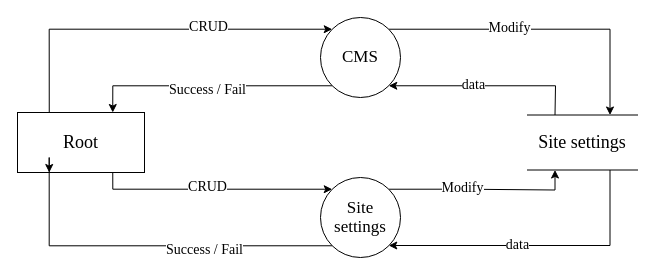
Suzuki0916/Real_Estate_Site keeps this draw.io diagram as Documentation/diags/Diagrams/root_sitesettings_0.drawio. Above is the earlier version. Source tidied: cells renumbered, new cells numbered last; positions are measured from the earlier drawing's top-left corner, leaving out a move shared by most shapes. Both pictures are drawn from the tidied source at 100%, with x=0, y=0 at pixel (17, 17).
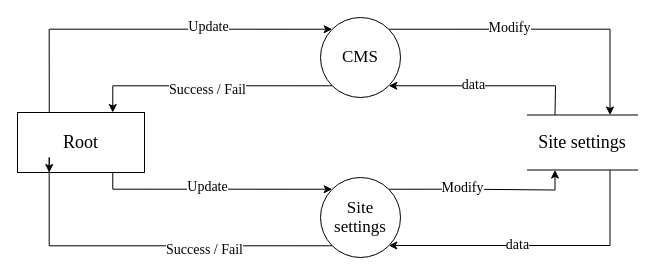
The same page after the edit.

Unchanged cells that the change refers to:
```xml
<mxCell id="5" style="rounded=0;jettySize=auto;html=1;fontSize=17;startArrow=none;startFill=0;endArrow=classic;endFill=1;exitX=0.75;exitY=1;exitDx=0;exitDy=0;edgeStyle=orthogonalEdgeStyle;entryX=0;entryY=0;entryDx=0;entryDy=0;fontFamily=Times New Roman;" parent="1" edge="1" source="4" target="11">
  <mxGeometry relative="1" as="geometry">
    <Array as="points">
      <mxPoint x="95" y="172" />
    </Array>
  </mxGeometry>
</mxCell>
<mxCell id="14" style="rounded=0;jettySize=auto;html=1;entryX=0;entryY=0;entryDx=0;entryDy=0;fontSize=17;startArrow=none;startFill=0;endArrow=classic;endFill=1;exitX=0.25;exitY=0;exitDx=0;exitDy=0;edgeStyle=orthogonalEdgeStyle;fontFamily=Times New Roman;" parent="1" edge="1" source="4" target="20">
  <mxGeometry relative="1" as="geometry">
    <Array as="points">
      <mxPoint x="32" y="12" />
    </Array>
  </mxGeometry>
</mxCell>
```

Diff of the diagram source:
```diff
@@
-    <mxCell id="6" value="CRUD" style="edgeLabel;html=1;align=center;verticalAlign=middle;fontSize=14;fontFamily=Times New Roman;" parent="5" vertex="1">
+    <mxCell id="6" value="Update" style="edgeLabel;html=1;align=center;verticalAlign=middle;fontSize=14;fontFamily=Times New Roman;" parent="5" vertex="1">
       <mxGeometry x="0.86" y="2" relative="1" as="geometry">
         <mxPoint x="-109" as="offset" />
       </mxGeometry>
     </mxCell>
@@
-    <mxCell id="15" value="CRUD" style="edgeLabel;html=1;align=center;verticalAlign=middle;fontSize=14;fontFamily=Times New Roman;" parent="14" vertex="1">
+    <mxCell id="15" value="Update" style="edgeLabel;html=1;align=center;verticalAlign=middle;fontSize=14;fontFamily=Times New Roman;" parent="14" vertex="1">
       <mxGeometry x="0.86" y="2" relative="1" as="geometry">
         <mxPoint x="-99" as="offset" />
       </mxGeometry>
     </mxCell>
```
